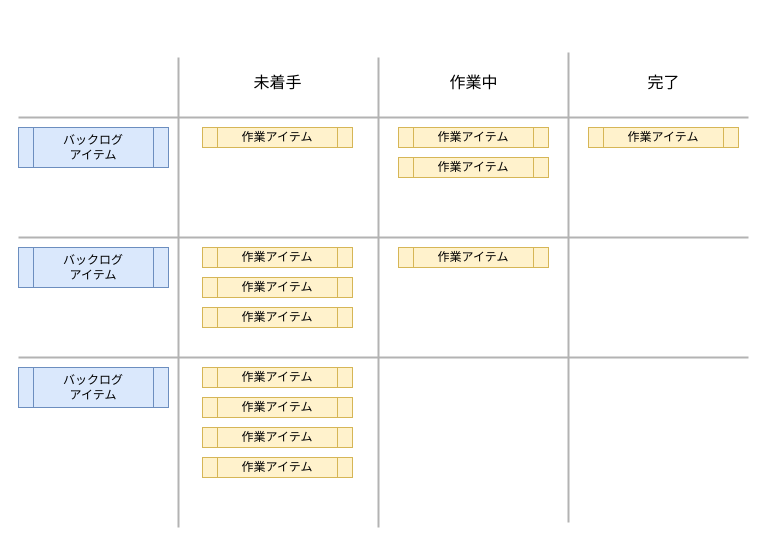
The draw.io diagram diagrams/sprint_work_item.drawio in k8shiro/scrum_docs, before the edit. Source tidied: cells renumbered, new cells numbered last; positions are measured from the earlier drawing's top-left corner, leaving out a move shared by most shapes. Both pictures are drawn from the tidied source at 100%, with x=0, y=0 at pixel (18, 52).
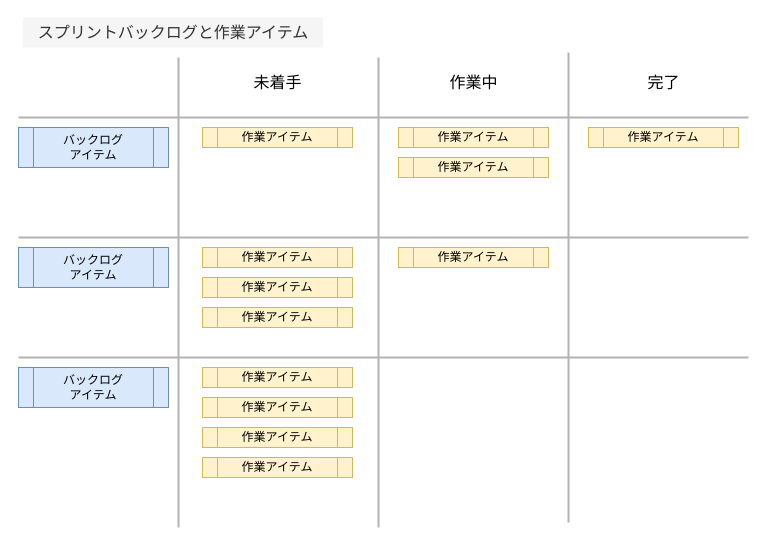
After the change.

Change to the diagram source:
```diff
@@
+    <mxCell id="26" value="スプリントバックログと作業アイテム" style="text;html=1;strokeColor=none;fillColor=#f5f5f5;align=center;verticalAlign=middle;whiteSpace=wrap;rounded=0;fontSize=16;fontColor=#333333;" parent="1" vertex="1">
+      <mxGeometry x="4.5" y="-35" width="300" height="30" as="geometry" />
+    </mxCell>
```
